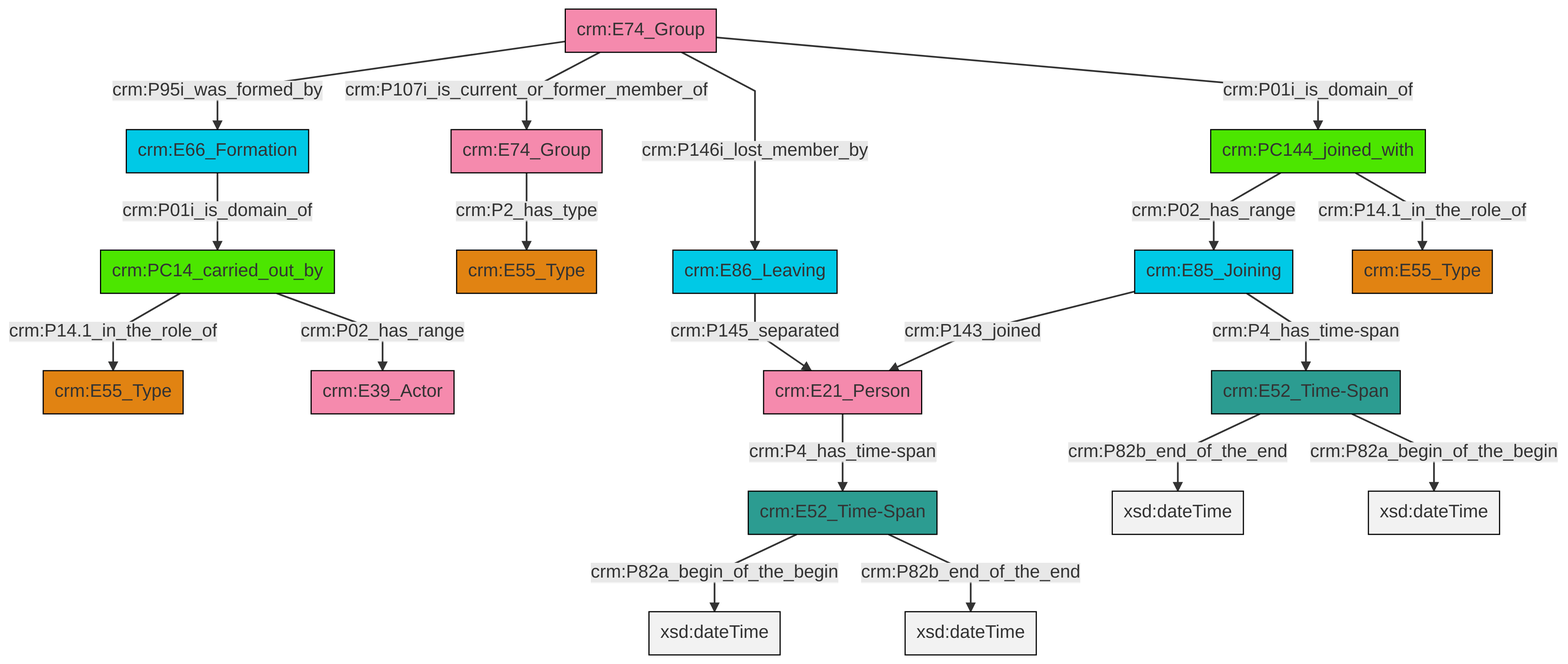
Earlier version of the Mermaid export et/groupCSV/ttl/mmd/png/group_actor_relations.png (swiss-art-research-net/reference-data-models). Its source is kept beside it as et/groupCSV/ttl/mmd/group_actor_relations.ttl.mmd.
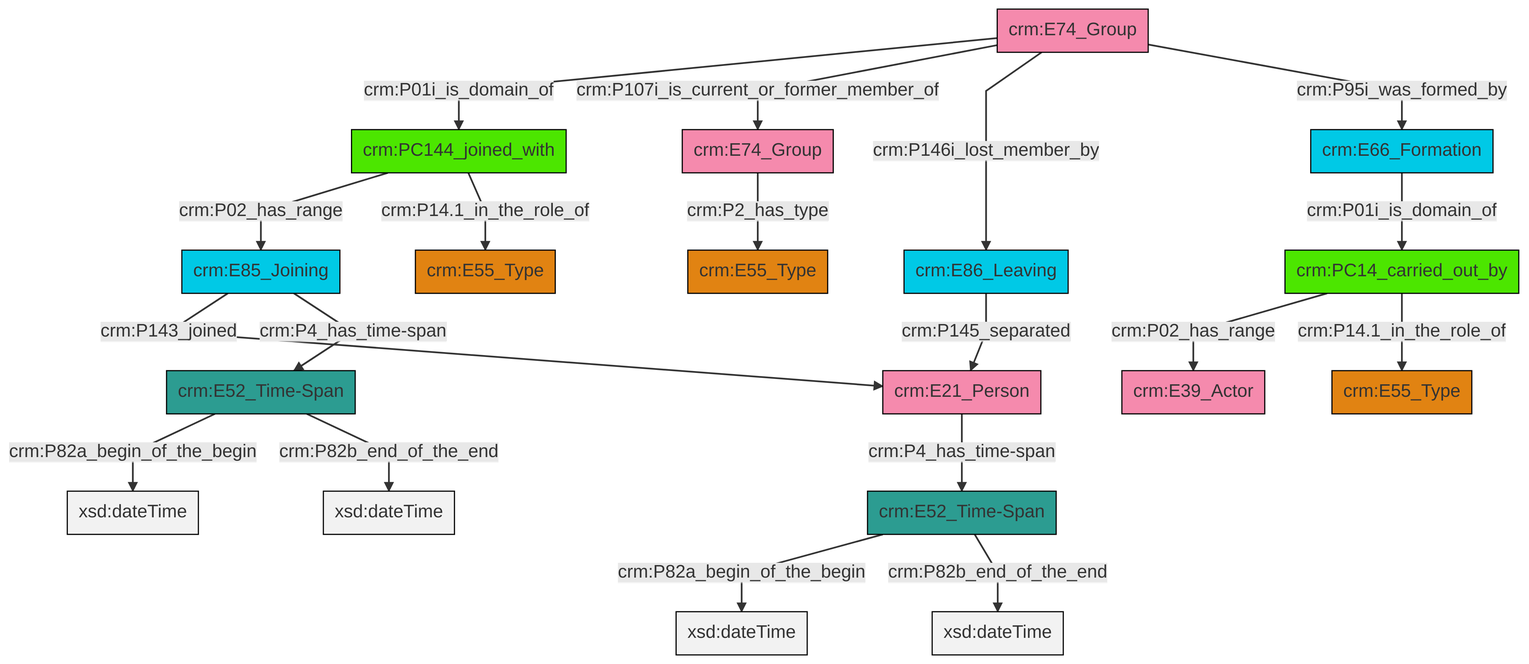
The same diagram one commit later.

What changed in the source:
```diff
@@ -13,21 +13,21 @@
 classDef PC_Classes fill:#4ce600, stroke:#000000;
 classDef Multi fill:#cccccc,stroke:#000000;
 
-0["crm:E74_Group"]:::Actor -->|crm:P95i_was_formed_by| 1["crm:E66_Formation"]:::Temporal_Entity
-0["crm:E74_Group"]:::Actor -->|crm:P107i_is_current_or_former_member_of| 2["crm:E74_Group"]:::Actor
-3["crm:E85_Joining"]:::Temporal_Entity -->|crm:P143_joined| 5["crm:E21_Person"]:::Actor
-6["crm:E52_Time-Span"]:::Time-Span -->|crm:P82a_begin_of_the_begin| 7[xsd:dateTime]:::Literal
-10["crm:PC144_joined_with"]:::PC_Classes -->|crm:P02_has_range| 3["crm:E85_Joining"]:::Temporal_Entity
-10["crm:PC144_joined_with"]:::PC_Classes -->|crm:P14.1_in_the_role_of| 13["crm:E55_Type"]:::Type
-14["crm:E52_Time-Span"]:::Time-Span -->|crm:P82b_end_of_the_end| 15[xsd:dateTime]:::Literal
-3["crm:E85_Joining"]:::Temporal_Entity -->|crm:P4_has_time-span| 14["crm:E52_Time-Span"]:::Time-Span
-1["crm:E66_Formation"]:::Temporal_Entity -->|crm:P01i_is_domain_of| 21["crm:PC14_carried_out_by"]:::PC_Classes
-14["crm:E52_Time-Span"]:::Time-Span -->|crm:P82a_begin_of_the_begin| 22[xsd:dateTime]:::Literal
-0["crm:E74_Group"]:::Actor -->|crm:P146i_lost_member_by| 26["crm:E86_Leaving"]:::Temporal_Entity
-6["crm:E52_Time-Span"]:::Time-Span -->|crm:P82b_end_of_the_end| 28[xsd:dateTime]:::Literal
-21["crm:PC14_carried_out_by"]:::PC_Classes -->|crm:P14.1_in_the_role_of| 23["crm:E55_Type"]:::Type
-2["crm:E74_Group"]:::Actor -->|crm:P2_has_type| 18["crm:E55_Type"]:::Type
-0["crm:E74_Group"]:::Actor -->|crm:P01i_is_domain_of| 10["crm:PC144_joined_with"]:::PC_Classes
-26["crm:E86_Leaving"]:::Temporal_Entity -->|crm:P145_separated| 5["crm:E21_Person"]:::Actor
-5["crm:E21_Person"]:::Actor -->|crm:P4_has_time-span| 6["crm:E52_Time-Span"]:::Time-Span
-21["crm:PC14_carried_out_by"]:::PC_Classes -->|crm:P02_has_range| 8["crm:E39_Actor"]:::Actor
+0["crm:PC14_carried_out_by"]:::PC_Classes -->|crm:P02_has_range| 1["crm:E39_Actor"]:::Actor
+2["crm:E52_Time-Span"]:::Time-Span -->|crm:P82a_begin_of_the_begin| 3[xsd:dateTime]:::Literal
+4["crm:E74_Group"]:::Actor -->|crm:P01i_is_domain_of| 5["crm:PC144_joined_with"]:::PC_Classes
+6["crm:E66_Formation"]:::Temporal_Entity -->|crm:P01i_is_domain_of| 0["crm:PC14_carried_out_by"]:::PC_Classes
+10["crm:E85_Joining"]:::Temporal_Entity -->|crm:P143_joined| 11["crm:E21_Person"]:::Actor
+4["crm:E74_Group"]:::Actor -->|crm:P107i_is_current_or_former_member_of| 14["crm:E74_Group"]:::Actor
+11["crm:E21_Person"]:::Actor -->|crm:P4_has_time-span| 15["crm:E52_Time-Span"]:::Time-Span
+2["crm:E52_Time-Span"]:::Time-Span -->|crm:P82b_end_of_the_end| 22[xsd:dateTime]:::Literal
+4["crm:E74_Group"]:::Actor -->|crm:P146i_lost_member_by| 24["crm:E86_Leaving"]:::Temporal_Entity
+10["crm:E85_Joining"]:::Temporal_Entity -->|crm:P4_has_time-span| 2["crm:E52_Time-Span"]:::Time-Span
+24["crm:E86_Leaving"]:::Temporal_Entity -->|crm:P145_separated| 11["crm:E21_Person"]:::Actor
+0["crm:PC14_carried_out_by"]:::PC_Classes -->|crm:P14.1_in_the_role_of| 8["crm:E55_Type"]:::Type
+14["crm:E74_Group"]:::Actor -->|crm:P2_has_type| 18["crm:E55_Type"]:::Type
+5["crm:PC144_joined_with"]:::PC_Classes -->|crm:P02_has_range| 10["crm:E85_Joining"]:::Temporal_Entity
+4["crm:E74_Group"]:::Actor -->|crm:P95i_was_formed_by| 6["crm:E66_Formation"]:::Temporal_Entity
+5["crm:PC144_joined_with"]:::PC_Classes -->|crm:P14.1_in_the_role_of| 12["crm:E55_Type"]:::Type
+15["crm:E52_Time-Span"]:::Time-Span -->|crm:P82a_begin_of_the_begin| 29[xsd:dateTime]:::Literal
+15["crm:E52_Time-Span"]:::Time-Span -->|crm:P82b_end_of_the_end| 32[xsd:dateTime]:::Literal
```
